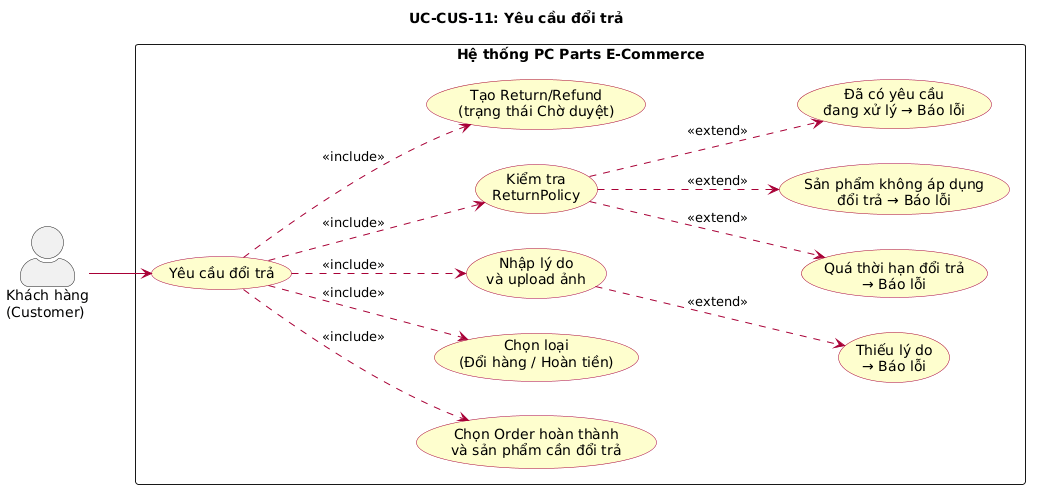
Above: docs/diagrams/images/uc_CUS11_yeu_cau_doi_tra.png in huuhieu56/PC-Parts-ECommerce (PlantUML), before the change.
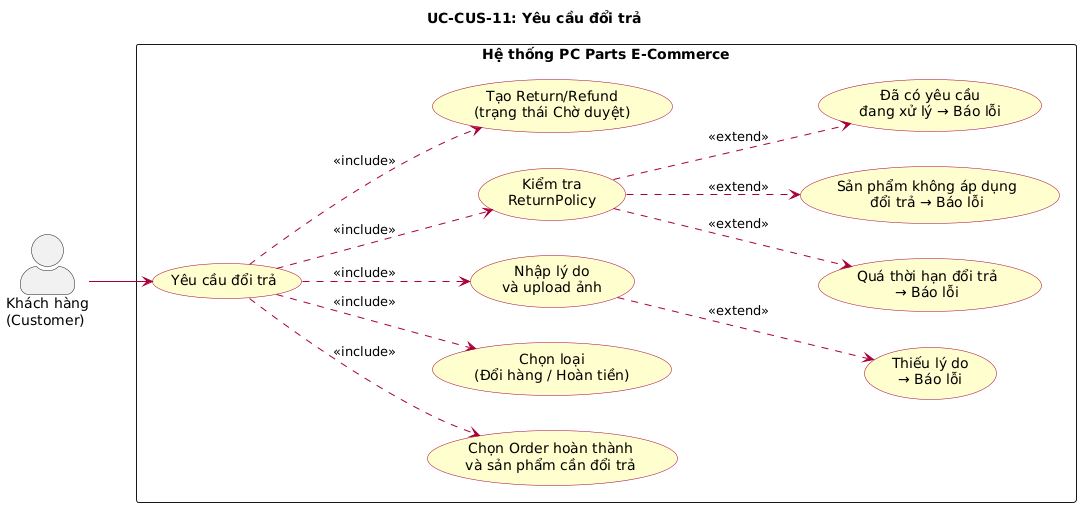
After the change.

What changed in the source:
```diff
@@ -1,4 +1,4 @@
-@startuml
+@startuml uc_CUS11_yeu_cau_doi_tra
 left to right direction
 skinparam actorStyle awesome
 skinparam packageStyle rectangle
@@ -36,4 +36,5 @@
 UC_POLICY ..> UC_ERR_EXCLUDED : <<extend>>
 UC_POLICY ..> UC_ERR_DUP : <<extend>>
 UC_REASON ..> UC_ERR_REASON : <<extend>>
+
 @enduml
```
